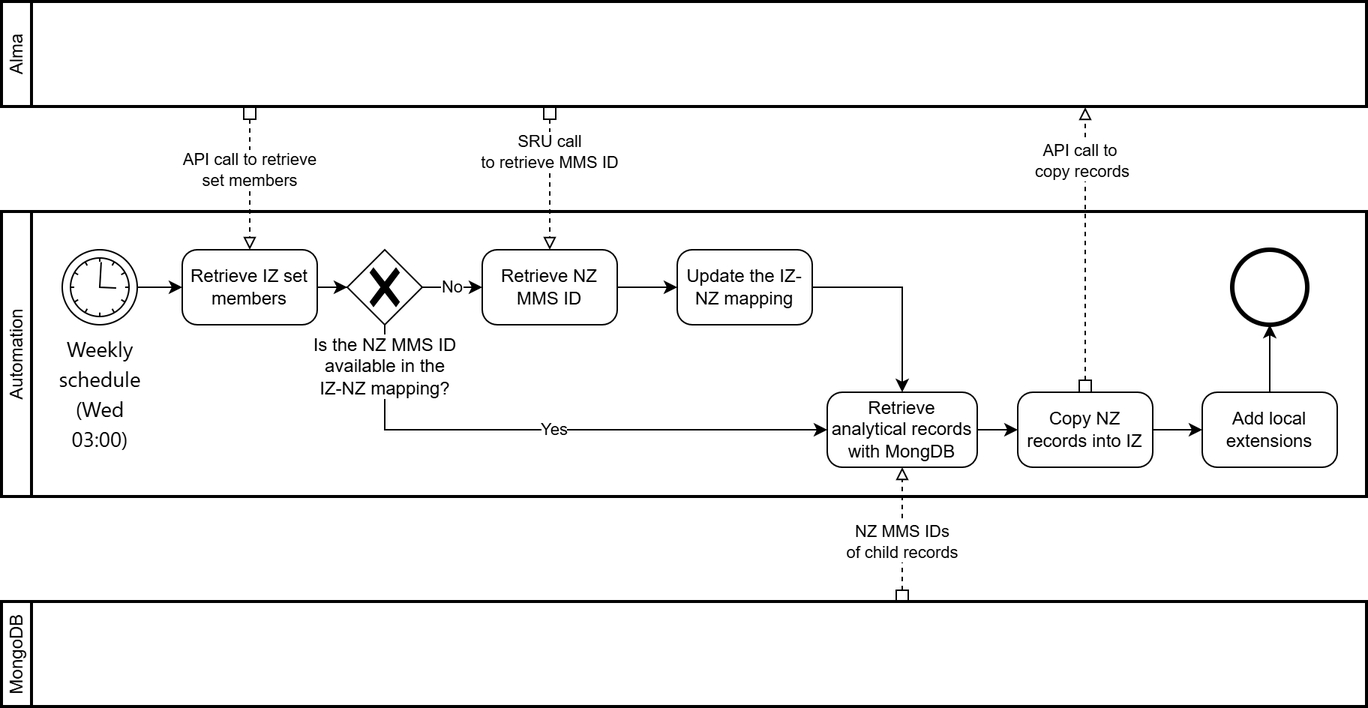
The draw.io diagram BPMN_BCUFR_Analytical_records.png in Swiss-Library-Service-Platform/bcufr_analytical_records, before a commit. Source tidied: cells renumbered, new cells last; positions are measured from the earlier drawing's top-left corner, leaving out a move shared by most shapes.
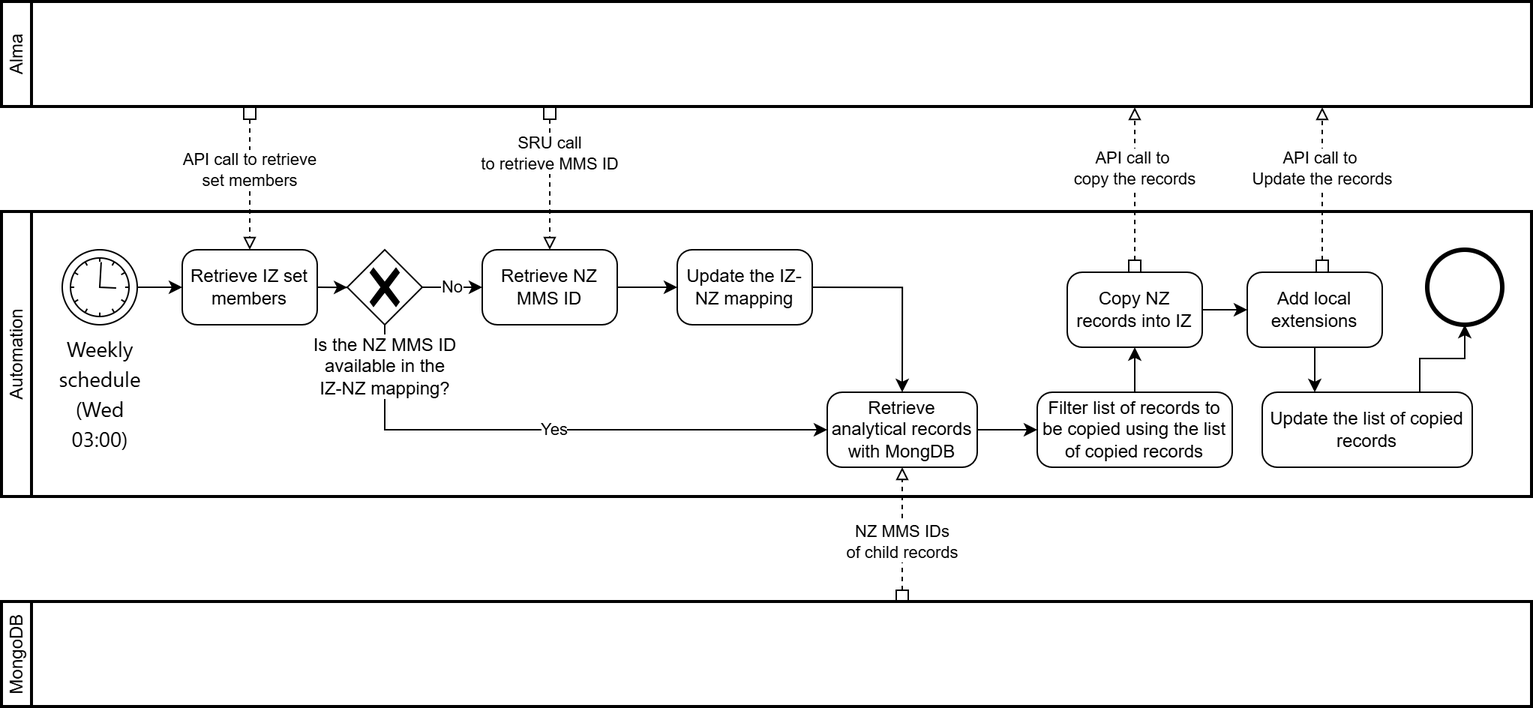
After the commit.

What changed in the source:
```diff
@@ -3,24 +3,24 @@
     <mxCell id="0" />
     <mxCell id="1" parent="0" />
     <mxCell id="2" value="Alma" style="swimlane;html=1;startSize=20;fontStyle=0;horizontal=0;swimlaneLine=1;swimlaneFillColor=#ffffff;strokeWidth=2;whiteSpace=wrap;" parent="1" vertex="1">
-      <mxGeometry width="910" height="70" as="geometry" />
+      <mxGeometry width="1020" height="70" as="geometry" />
     </mxCell>
     <mxCell id="3" value="MongoDB" style="swimlane;html=1;startSize=20;fontStyle=0;horizontal=0;swimlaneLine=1;swimlaneFillColor=#ffffff;strokeWidth=2;whiteSpace=wrap;" parent="1" vertex="1">
-      <mxGeometry y="400" width="910" height="70" as="geometry" />
+      <mxGeometry y="400" width="1020" height="70" as="geometry" />
     </mxCell>
     <mxCell id="4" value="Automation" style="swimlane;html=1;startSize=20;fontStyle=0;horizontal=0;swimlaneLine=1;swimlaneFillColor=#ffffff;strokeWidth=2;whiteSpace=wrap;" parent="1" vertex="1">
-      <mxGeometry y="140" width="910" height="190" as="geometry" />
+      <mxGeometry y="140" width="1020" height="190" as="geometry" />
     </mxCell>
     <mxCell id="5" value="&lt;div style=&quot;text-wrap-mode: wrap; font-family: &amp;quot;Segoe UI&amp;quot;; font-size: 14px; line-height: 20px;&quot;&gt;Weekly schedule (Wed 03:00)&lt;/div&gt;" style="points=[[0.145,0.145,0],[0.5,0,0],[0.855,0.145,0],[1,0.5,0],[0.855,0.855,0],[0.5,1,0],[0.145,0.855,0],[0,0.5,0]];shape=mxgraph.bpmn.event;html=1;verticalLabelPosition=bottom;labelBackgroundColor=#ffffff;verticalAlign=top;align=center;perimeter=ellipsePerimeter;outlineConnect=0;outline=standard;symbol=timer;" parent="4" vertex="1">
       <mxGeometry x="40" y="25" width="50" height="50" as="geometry" />
     </mxCell>
-    <mxCell id="6" style="edgeStyle=orthogonalEdgeStyle;rounded=0;jettySize=auto;html=1;exitX=1;exitY=0.5;exitDx=0;exitDy=0;exitPerimeter=0;" parent="4" edge="1" source="22" target="21">
+    <mxCell id="6" style="edgeStyle=orthogonalEdgeStyle;rounded=0;jettySize=auto;html=1;exitX=1;exitY=0.5;exitDx=0;exitDy=0;exitPerimeter=0;" parent="4" edge="1" source="20" target="19">
       <mxGeometry relative="1" as="geometry" />
     </mxCell>
     <mxCell id="7" value="Update the IZ-NZ mapping" style="points=[[0.25,0,0],[0.5,0,0],[0.75,0,0],[1,0.25,0],[1,0.5,0],[1,0.75,0],[0.75,1,0],[0.5,1,0],[0.25,1,0],[0,0.75,0],[0,0.5,0],[0,0.25,0]];shape=mxgraph.bpmn.task2;whiteSpace=wrap;rectStyle=rounded;size=10;html=1;taskMarker=abstract;" parent="4" vertex="1">
       <mxGeometry x="450" y="25" width="90" height="50" as="geometry" />
     </mxCell>
-    <mxCell id="8" style="edgeStyle=orthogonalEdgeStyle;rounded=0;jettySize=auto;html=1;exitX=1;exitY=0.5;exitDx=0;exitDy=0;exitPerimeter=0;entryX=0;entryY=0.5;entryDx=0;entryDy=0;entryPerimeter=0;" parent="4" edge="1" source="23" target="7">
+    <mxCell id="8" style="edgeStyle=orthogonalEdgeStyle;rounded=0;jettySize=auto;html=1;exitX=1;exitY=0.5;exitDx=0;exitDy=0;exitPerimeter=0;entryX=0;entryY=0.5;entryDx=0;entryDy=0;entryPerimeter=0;" parent="4" edge="1" source="21" target="7">
       <mxGeometry relative="1" as="geometry" />
     </mxCell>
     <mxCell id="9" value="Retrieve analytical records with MongDB" style="points=[[0.25,0,0],[0.5,0,0],[0.75,0,0],[1,0.25,0],[1,0.5,0],[1,0.75,0],[0.75,1,0],[0.5,1,0],[0.25,1,0],[0,0.75,0],[0,0.5,0],[0,0.25,0]];shape=mxgraph.bpmn.task2;whiteSpace=wrap;rectStyle=rounded;size=10;html=1;taskMarker=abstract;" parent="4" vertex="1">
@@ -29,73 +29,91 @@
     <mxCell id="10" style="edgeStyle=orthogonalEdgeStyle;rounded=0;jettySize=auto;html=1;exitX=1;exitY=0.5;exitDx=0;exitDy=0;exitPerimeter=0;entryX=0.5;entryY=0;entryDx=0;entryDy=0;entryPerimeter=0;" parent="4" edge="1" source="7" target="9">
       <mxGeometry relative="1" as="geometry" />
     </mxCell>
-    <mxCell id="11" style="edgeStyle=orthogonalEdgeStyle;rounded=0;jettySize=auto;html=1;exitX=1;exitY=0.5;exitDx=0;exitDy=0;exitPerimeter=0;" parent="4" edge="1" source="9" target="13">
-      <mxGeometry relative="1" as="geometry" />
+    <mxCell id="11" value="API call to&amp;nbsp;&lt;div&gt;copy the records&lt;/div&gt;" style="edgeStyle=orthogonalEdgeStyle;rounded=0;jettySize=auto;html=1;exitX=0.5;exitY=0;exitDx=0;exitDy=0;exitPerimeter=0;endArrow=block;endFill=0;startArrow=box;startFill=0;dashed=1;" parent="4" edge="1" source="23">
+      <mxGeometry x="0.27" relative="1" as="geometry">
+        <mxPoint x="755" y="-70" as="targetPoint" />
+      </mxGeometry>
     </mxCell>
-    <mxCell id="12" value="API call to&amp;nbsp;&lt;div&gt;copy records&lt;/div&gt;" style="edgeStyle=orthogonalEdgeStyle;rounded=0;jettySize=auto;html=1;exitX=0.5;exitY=0;exitDx=0;exitDy=0;exitPerimeter=0;endArrow=block;endFill=0;startArrow=box;startFill=0;dashed=1;" parent="4" edge="1" source="13">
-      <mxGeometry x="0.63" y="2" relative="1" as="geometry">
-        <mxPoint x="722" y="-70" as="targetPoint" />
-      </mxGeometry>
+    <mxCell id="12" value="Add local extensions" style="points=[[0.25,0,0],[0.5,0,0],[0.75,0,0],[1,0.25,0],[1,0.5,0],[1,0.75,0],[0.75,1,0],[0.5,1,0],[0.25,1,0],[0,0.75,0],[0,0.5,0],[0,0.25,0]];shape=mxgraph.bpmn.task2;whiteSpace=wrap;rectStyle=rounded;size=10;html=1;taskMarker=abstract;" parent="4" vertex="1">
+      <mxGeometry x="830" y="40" width="90" height="50" as="geometry" />
     </mxCell>
-    <mxCell id="13" value="Copy NZ records into IZ" style="points=[[0.25,0,0],[0.5,0,0],[0.75,0,0],[1,0.25,0],[1,0.5,0],[1,0.75,0],[0.75,1,0],[0.5,1,0],[0.25,1,0],[0,0.75,0],[0,0.5,0],[0,0.25,0]];shape=mxgraph.bpmn.task2;whiteSpace=wrap;rectStyle=rounded;size=10;html=1;taskMarker=abstract;" parent="4" vertex="1">
-      <mxGeometry x="677" y="120" width="90" height="50" as="geometry" />
+    <mxCell id="13" style="points=[[0.145,0.145,0],[0.5,0,0],[0.855,0.145,0],[1,0.5,0],[0.855,0.855,0],[0.5,1,0],[0.145,0.855,0],[0,0.5,0]];shape=mxgraph.bpmn.event;html=1;verticalLabelPosition=bottom;labelBackgroundColor=#ffffff;verticalAlign=top;align=center;perimeter=ellipsePerimeter;outlineConnect=0;outline=end;symbol=terminate2;" parent="4" vertex="1">
+      <mxGeometry x="950" y="25" width="50" height="50" as="geometry" />
     </mxCell>
-    <mxCell id="14" value="Add local extensions" style="points=[[0.25,0,0],[0.5,0,0],[0.75,0,0],[1,0.25,0],[1,0.5,0],[1,0.75,0],[0.75,1,0],[0.5,1,0],[0.25,1,0],[0,0.75,0],[0,0.5,0],[0,0.25,0]];shape=mxgraph.bpmn.task2;whiteSpace=wrap;rectStyle=rounded;size=10;html=1;taskMarker=abstract;" parent="4" vertex="1">
-      <mxGeometry x="800" y="120" width="90" height="50" as="geometry" />
+    <mxCell id="14" style="edgeStyle=orthogonalEdgeStyle;rounded=0;jettySize=auto;html=1;exitX=0.75;exitY=0;exitDx=0;exitDy=0;exitPerimeter=0;entryX=0.5;entryY=1;entryDx=0;entryDy=0;entryPerimeter=0;" parent="4" edge="1" source="26" target="13">
+      <mxGeometry relative="1" as="geometry" />
     </mxCell>
-    <mxCell id="15" style="points=[[0.145,0.145,0],[0.5,0,0],[0.855,0.145,0],[1,0.5,0],[0.855,0.855,0],[0.5,1,0],[0.145,0.855,0],[0,0.5,0]];shape=mxgraph.bpmn.event;html=1;verticalLabelPosition=bottom;labelBackgroundColor=#ffffff;verticalAlign=top;align=center;perimeter=ellipsePerimeter;outlineConnect=0;outline=end;symbol=terminate2;" parent="4" vertex="1">
-      <mxGeometry x="820" y="25" width="50" height="50" as="geometry" />
+    <mxCell id="15" style="edgeStyle=orthogonalEdgeStyle;rounded=0;jettySize=auto;html=1;exitX=1;exitY=0.5;exitDx=0;exitDy=0;exitPerimeter=0;entryX=0;entryY=0.5;entryDx=0;entryDy=0;entryPerimeter=0;" parent="4" edge="1" source="23" target="12">
+      <mxGeometry relative="1" as="geometry" />
     </mxCell>
-    <mxCell id="16" style="edgeStyle=orthogonalEdgeStyle;rounded=0;jettySize=auto;html=1;exitX=0.5;exitY=0;exitDx=0;exitDy=0;exitPerimeter=0;entryX=0.5;entryY=1;entryDx=0;entryDy=0;entryPerimeter=0;" parent="4" edge="1" source="14" target="15">
+    <mxCell id="16" style="edgeStyle=orthogonalEdgeStyle;rounded=0;jettySize=auto;html=1;exitX=1;exitY=0.5;exitDx=0;exitDy=0;exitPerimeter=0;entryX=0;entryY=0.5;entryDx=0;entryDy=0;entryPerimeter=0;" parent="4" edge="1" source="5" target="20">
       <mxGeometry relative="1" as="geometry" />
     </mxCell>
-    <mxCell id="17" style="edgeStyle=orthogonalEdgeStyle;rounded=0;jettySize=auto;html=1;exitX=1;exitY=0.5;exitDx=0;exitDy=0;exitPerimeter=0;entryX=0;entryY=0.5;entryDx=0;entryDy=0;entryPerimeter=0;" parent="4" edge="1" source="13" target="14">
+    <mxCell id="17" value="No" style="edgeStyle=orthogonalEdgeStyle;rounded=0;jettySize=auto;html=1;entryX=0;entryY=0.5;entryDx=0;entryDy=0;entryPerimeter=0;" parent="4" edge="1" source="19" target="21">
       <mxGeometry relative="1" as="geometry" />
     </mxCell>
-    <mxCell id="18" style="edgeStyle=orthogonalEdgeStyle;rounded=0;jettySize=auto;html=1;exitX=1;exitY=0.5;exitDx=0;exitDy=0;exitPerimeter=0;entryX=0;entryY=0.5;entryDx=0;entryDy=0;entryPerimeter=0;" parent="4" edge="1" source="5" target="22">
-      <mxGeometry relative="1" as="geometry" />
+    <mxCell id="18" value="Yes" style="edgeStyle=orthogonalEdgeStyle;rounded=0;jettySize=auto;html=1;exitX=0.5;exitY=1;exitDx=0;exitDy=0;exitPerimeter=0;entryX=0;entryY=0.5;entryDx=0;entryDy=0;entryPerimeter=0;" parent="4" edge="1" source="19" target="9">
+      <mxGeometry relative="1" as="geometry">
+        <Array as="points">
+          <mxPoint x="255" y="145" />
+        </Array>
+      </mxGeometry>
     </mxCell>
-    <mxCell id="19" value="No" style="edgeStyle=orthogonalEdgeStyle;rounded=0;jettySize=auto;html=1;entryX=0;entryY=0.5;entryDx=0;entryDy=0;entryPerimeter=0;" parent="4" edge="1" source="21" target="23">
-      <mxGeometry relative="1" as="geometry" />
+    <mxCell id="19" value="&lt;span&gt;Is the NZ MMS ID&lt;/span&gt;&lt;div&gt;&lt;span&gt;available in&amp;nbsp;&lt;span style=&quot;text-wrap-mode: wrap; color: light-dark(rgb(0, 0, 0), rgb(255, 255, 255)); background-color: light-dark(rgb(255, 255, 255), rgb(18, 18, 18));&quot;&gt;the&lt;/span&gt;&lt;/span&gt;&lt;/div&gt;&lt;div&gt;&lt;span style=&quot;text-wrap-mode: wrap; color: light-dark(rgb(0, 0, 0), rgb(255, 255, 255));&quot;&gt;IZ-NZ&amp;nbsp;&lt;/span&gt;&lt;span style=&quot;color: light-dark(rgb(0, 0, 0), rgb(255, 255, 255)); text-wrap-mode: wrap; background-color: light-dark(rgb(255, 255, 255), rgb(18, 18, 18));&quot;&gt;mapping?&lt;/span&gt;&lt;/div&gt;" style="points=[[0.25,0.25,0],[0.5,0,0],[0.75,0.25,0],[1,0.5,0],[0.75,0.75,0],[0.5,1,0],[0.25,0.75,0],[0,0.5,0]];shape=mxgraph.bpmn.gateway2;html=1;verticalLabelPosition=bottom;labelBackgroundColor=#ffffff;verticalAlign=top;align=center;perimeter=rhombusPerimeter;outlineConnect=0;outline=none;symbol=none;gwType=exclusive;" parent="4" vertex="1">
+      <mxGeometry x="230" y="25" width="50" height="50" as="geometry" />
     </mxCell>
-    <mxCell id="20" value="Yes" style="edgeStyle=orthogonalEdgeStyle;rounded=0;jettySize=auto;html=1;exitX=0.5;exitY=1;exitDx=0;exitDy=0;exitPerimeter=0;entryX=0;entryY=0.5;entryDx=0;entryDy=0;entryPerimeter=0;" parent="4" edge="1" source="21" target="9">
-      <mxGeometry relative="1" as="geometry">
-        <Array as="points">
-          <mxPoint x="255" y="145" />
-        </Array>
-      </mxGeometry>
+    <mxCell id="20" value="&lt;span style=&quot;background-color: rgb(255, 255, 255);&quot;&gt;Retrieve IZ set members&lt;/span&gt;" style="points=[[0.25,0,0],[0.5,0,0],[0.75,0,0],[1,0.25,0],[1,0.5,0],[1,0.75,0],[0.75,1,0],[0.5,1,0],[0.25,1,0],[0,0.75,0],[0,0.5,0],[0,0.25,0]];shape=mxgraph.bpmn.task2;whiteSpace=wrap;rectStyle=rounded;size=10;html=1;taskMarker=abstract;" parent="4" vertex="1">
+      <mxGeometry x="120" y="25" width="90" height="50" as="geometry" />
     </mxCell>
-    <mxCell id="21" value="&lt;span&gt;Is the NZ MMS ID&lt;/span&gt;&lt;div&gt;&lt;span&gt;available in&amp;nbsp;&lt;span style=&quot;text-wrap-mode: wrap; color: light-dark(rgb(0, 0, 0), rgb(255, 255, 255)); background-color: light-dark(rgb(255, 255, 255), rgb(18, 18, 18));&quot;&gt;the&lt;/span&gt;&lt;/span&gt;&lt;/div&gt;&lt;div&gt;&lt;span style=&quot;text-wrap-mode: wrap; color: light-dark(rgb(0, 0, 0), rgb(255, 255, 255));&quot;&gt;IZ-NZ&amp;nbsp;&lt;/span&gt;&lt;span style=&quot;color: light-dark(rgb(0, 0, 0), rgb(255, 255, 255)); text-wrap-mode: wrap; background-color: light-dark(rgb(255, 255, 255), rgb(18, 18, 18));&quot;&gt;mapping?&lt;/span&gt;&lt;/div&gt;" style="points=[[0.25,0.25,0],[0.5,0,0],[0.75,0.25,0],[1,0.5,0],[0.75,0.75,0],[0.5,1,0],[0.25,0.75,0],[0,0.5,0]];shape=mxgraph.bpmn.gateway2;html=1;verticalLabelPosition=bottom;labelBackgroundColor=#ffffff;verticalAlign=top;align=center;perimeter=rhombusPerimeter;outlineConnect=0;outline=none;symbol=none;gwType=exclusive;" parent="4" vertex="1">
-      <mxGeometry x="230" y="25" width="50" height="50" as="geometry" />
+    <mxCell id="21" value="Retrieve NZ MMS ID" style="points=[[0.25,0,0],[0.5,0,0],[0.75,0,0],[1,0.25,0],[1,0.5,0],[1,0.75,0],[0.75,1,0],[0.5,1,0],[0.25,1,0],[0,0.75,0],[0,0.5,0],[0,0.25,0]];shape=mxgraph.bpmn.task2;whiteSpace=wrap;rectStyle=rounded;size=10;html=1;taskMarker=abstract;" parent="4" vertex="1">
+      <mxGeometry x="320" y="25" width="90" height="50" as="geometry" />
     </mxCell>
-    <mxCell id="22" value="&lt;span style=&quot;background-color: rgb(255, 255, 255);&quot;&gt;Retrieve IZ set members&lt;/span&gt;" style="points=[[0.25,0,0],[0.5,0,0],[0.75,0,0],[1,0.25,0],[1,0.5,0],[1,0.75,0],[0.75,1,0],[0.5,1,0],[0.25,1,0],[0,0.75,0],[0,0.5,0],[0,0.25,0]];shape=mxgraph.bpmn.task2;whiteSpace=wrap;rectStyle=rounded;size=10;html=1;taskMarker=abstract;" parent="4" vertex="1">
-      <mxGeometry x="120" y="25" width="90" height="50" as="geometry" />
+    <mxCell id="22" value="Filter list of records&lt;span style=&quot;background-color: transparent; color: light-dark(rgb(0, 0, 0), rgb(255, 255, 255));&quot;&gt;&amp;nbsp;to be copied using the list of copied records&lt;/span&gt;" style="points=[[0.25,0,0],[0.5,0,0],[0.75,0,0],[1,0.25,0],[1,0.5,0],[1,0.75,0],[0.75,1,0],[0.5,1,0],[0.25,1,0],[0,0.75,0],[0,0.5,0],[0,0.25,0]];shape=mxgraph.bpmn.task2;whiteSpace=wrap;rectStyle=rounded;size=10;html=1;taskMarker=abstract;" parent="4" vertex="1">
+      <mxGeometry x="690" y="120" width="130" height="50" as="geometry" />
     </mxCell>
-    <mxCell id="23" value="Retrieve NZ MMS ID" style="points=[[0.25,0,0],[0.5,0,0],[0.75,0,0],[1,0.25,0],[1,0.5,0],[1,0.75,0],[0.75,1,0],[0.5,1,0],[0.25,1,0],[0,0.75,0],[0,0.5,0],[0,0.25,0]];shape=mxgraph.bpmn.task2;whiteSpace=wrap;rectStyle=rounded;size=10;html=1;taskMarker=abstract;" parent="4" vertex="1">
-      <mxGeometry x="320" y="25" width="90" height="50" as="geometry" />
+    <mxCell id="23" value="Copy NZ records into IZ" style="points=[[0.25,0,0],[0.5,0,0],[0.75,0,0],[1,0.25,0],[1,0.5,0],[1,0.75,0],[0.75,1,0],[0.5,1,0],[0.25,1,0],[0,0.75,0],[0,0.5,0],[0,0.25,0]];shape=mxgraph.bpmn.task2;whiteSpace=wrap;rectStyle=rounded;size=10;html=1;taskMarker=abstract;" parent="4" vertex="1">
+      <mxGeometry x="710" y="40" width="90" height="50" as="geometry" />
     </mxCell>
-    <mxCell id="24" style="edgeStyle=orthogonalEdgeStyle;rounded=0;orthogonalLoop=1;jettySize=auto;html=1;dashed=1;startArrow=box;startFill=0;endArrow=block;endFill=0;" parent="1" edge="1">
-      <mxGeometry relative="1" as="geometry">
-        <mxPoint x="165" y="70" as="sourcePoint" />
-        <mxPoint x="165" y="165" as="targetPoint" />
-      </mxGeometry>
+    <mxCell id="24" style="edgeStyle=orthogonalEdgeStyle;rounded=0;jettySize=auto;html=1;exitX=1;exitY=0.5;exitDx=0;exitDy=0;exitPerimeter=0;entryX=0;entryY=0.5;entryDx=0;entryDy=0;entryPerimeter=0;" parent="4" edge="1" source="9" target="22">
+      <mxGeometry relative="1" as="geometry" />
     </mxCell>
-    <mxCell id="25" value="API call to retrieve&lt;div&gt;set members&lt;/div&gt;" style="edgeLabel;html=1;align=center;verticalAlign=middle;" parent="24" vertex="1">
-      <mxGeometry x="-0.14" y="-1" relative="1" as="geometry" />
+    <mxCell id="25" style="edgeStyle=orthogonalEdgeStyle;rounded=0;jettySize=auto;html=1;exitX=0.5;exitY=0;exitDx=0;exitDy=0;exitPerimeter=0;entryX=0.5;entryY=1;entryDx=0;entryDy=0;entryPerimeter=0;" parent="4" edge="1" source="22" target="23">
+      <mxGeometry relative="1" as="geometry" />
     </mxCell>
-    <mxCell id="26" value="SRU call&lt;div&gt;to retrieve MMS ID&lt;/div&gt;" style="edgeStyle=orthogonalEdgeStyle;rounded=0;jettySize=auto;html=1;entryX=0.5;entryY=0;entryDx=0;entryDy=0;entryPerimeter=0;dashed=1;startArrow=box;startFill=0;endArrow=block;endFill=0;" parent="1" edge="1" target="23">
-      <mxGeometry x="-0.37" relative="1" as="geometry">
-        <mxPoint x="365" y="70" as="sourcePoint" />
-        <Array as="points">
-          <mxPoint x="365" y="100" />
-        </Array>
-      </mxGeometry>
+    <mxCell id="26" value="Update the list of copied records" style="points=[[0.25,0,0],[0.5,0,0],[0.75,0,0],[1,0.25,0],[1,0.5,0],[1,0.75,0],[0.75,1,0],[0.5,1,0],[0.25,1,0],[0,0.75,0],[0,0.5,0],[0,0.25,0]];shape=mxgraph.bpmn.task2;whiteSpace=wrap;rectStyle=rounded;size=10;html=1;taskMarker=abstract;" parent="4" vertex="1">
+      <mxGeometry x="840" y="120" width="140" height="50" as="geometry" />
     </mxCell>
-    <mxCell id="27" value="NZ MMS IDs&lt;div&gt;of child records&lt;/div&gt;" style="edgeStyle=orthogonalEdgeStyle;rounded=0;orthogonalLoop=1;jettySize=auto;html=1;endArrow=block;endFill=0;dashed=1;startArrow=box;startFill=0;entryX=0.5;entryY=1;entryDx=0;entryDy=0;entryPerimeter=0;" parent="1" edge="1">
-      <mxGeometry x="-0.11" relative="1" as="geometry">
-        <mxPoint x="600" y="400" as="sourcePoint" />
-        <mxPoint x="600" y="310" as="targetPoint" />
-      </mxGeometry>
+    <mxCell id="27" style="edgeStyle=orthogonalEdgeStyle;rounded=0;jettySize=auto;html=1;exitX=0.5;exitY=1;exitDx=0;exitDy=0;exitPerimeter=0;entryX=0.25;entryY=0;entryDx=0;entryDy=0;entryPerimeter=0;" parent="4" edge="1" source="12" target="26">
+      <mxGeometry relative="1" as="geometry" />
     </mxCell>
+    <mxCell id="28" style="edgeStyle=orthogonalEdgeStyle;rounded=0;orthogonalLoop=1;jettySize=auto;html=1;dashed=1;startArrow=box;startFill=0;endArrow=block;endFill=0;" parent="1" edge="1">
+      <mxGeometry relative="1" as="geometry">
+        <mxPoint x="165" y="70" as="sourcePoint" />
+        <mxPoint x="165" y="165" as="targetPoint" />
+      </mxGeometry>
+    </mxCell>
+    <mxCell id="29" value="API call to retrieve&lt;div&gt;set members&lt;/div&gt;" style="edgeLabel;html=1;align=center;verticalAlign=middle;" parent="28" vertex="1">
+      <mxGeometry x="-0.14" y="-1" relative="1" as="geometry" />
+    </mxCell>
+    <mxCell id="30" value="SRU call&lt;div&gt;to retrieve MMS ID&lt;/div&gt;" style="edgeStyle=orthogonalEdgeStyle;rounded=0;jettySize=auto;html=1;entryX=0.5;entryY=0;entryDx=0;entryDy=0;entryPerimeter=0;dashed=1;startArrow=box;startFill=0;endArrow=block;endFill=0;" parent="1" edge="1" target="21">
+      <mxGeometry x="-0.37" relative="1" as="geometry">
+        <mxPoint x="365" y="70" as="sourcePoint" />
+        <Array as="points">
+          <mxPoint x="365" y="100" />
+        </Array>
+      </mxGeometry>
+    </mxCell>
+    <mxCell id="31" value="NZ MMS IDs&lt;div&gt;of child records&lt;/div&gt;" style="edgeStyle=orthogonalEdgeStyle;rounded=0;orthogonalLoop=1;jettySize=auto;html=1;endArrow=block;endFill=0;dashed=1;startArrow=box;startFill=0;entryX=0.5;entryY=1;entryDx=0;entryDy=0;entryPerimeter=0;" parent="1" edge="1">
+      <mxGeometry x="-0.11" relative="1" as="geometry">
+        <mxPoint x="600" y="400" as="sourcePoint" />
+        <mxPoint x="600" y="310" as="targetPoint" />
+      </mxGeometry>
+    </mxCell>
+    <mxCell id="32" value="API call to&amp;nbsp;&lt;div&gt;Update the records&lt;/div&gt;" style="edgeStyle=orthogonalEdgeStyle;rounded=0;orthogonalLoop=1;jettySize=auto;html=1;exitX=0.5;exitY=0;exitDx=0;exitDy=0;exitPerimeter=0;endArrow=block;endFill=0;startArrow=box;startFill=0;dashed=1;" parent="1" edge="1">
+      <mxGeometry x="0.27" relative="1" as="geometry">
+        <mxPoint x="880" y="180" as="sourcePoint" />
+        <mxPoint x="880" y="70" as="targetPoint" />
+      </mxGeometry>
+    </mxCell>
   </root>
 </mxGraphModel>
```
